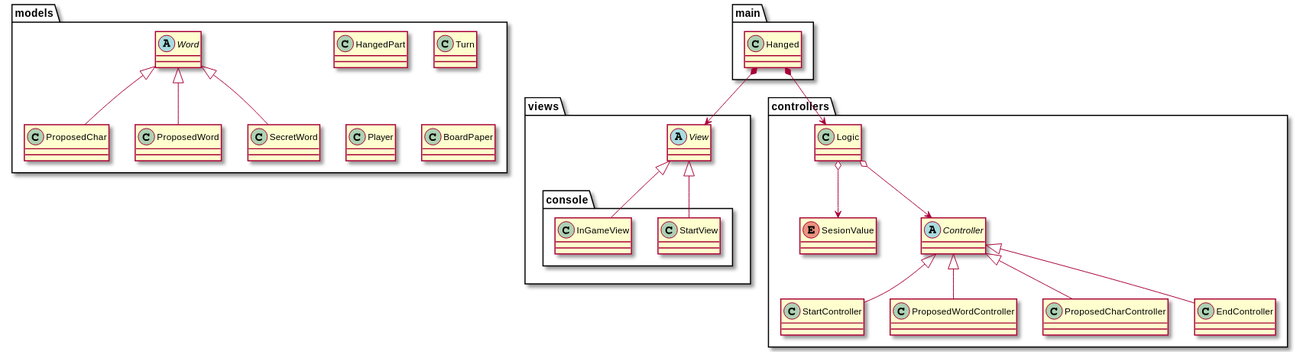
This is requirements/images/MVC.svg from VladCode97/Hanged-Master, a PlantUML export, as it was before one commit.
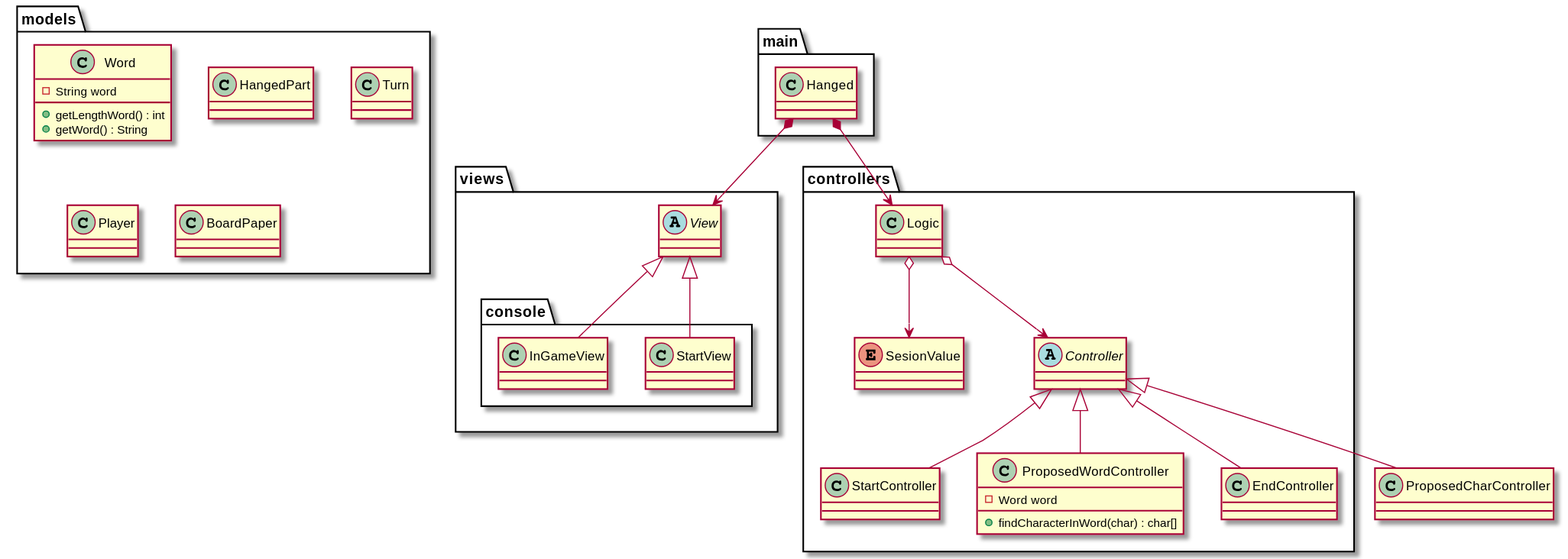
After the commit.

Diff of the diagram source:
```diff
@@ -16,8 +16,11 @@
 enum SesionValue
 abstract class Controller
 class StartController
-class ProposedWordController
-class ProposedCharController
+class ProposedWordController{
+- Word word
+
++ findCharacterInWord(char) : char[]
+}
 class EndController
 
 
@@ -25,11 +28,13 @@
 
 
 package "models" {
-abstract class Word
-class ProposedChar
-class ProposedWord
-class SecretWord
-class HangedPart
+class Word{
+- String word
++ getLengthWord() : int
++ getWord() : String
+}
+class HangedPart{
+}
 class Turn
 class Player
 class BoardPaper
@@ -46,9 +51,6 @@
 Controller <|-- EndController
 
 Logic o--> SesionValue
-Word <|-- ProposedChar
-Word <|-- ProposedWord
-Word <|-- SecretWord
 
 
 
```
